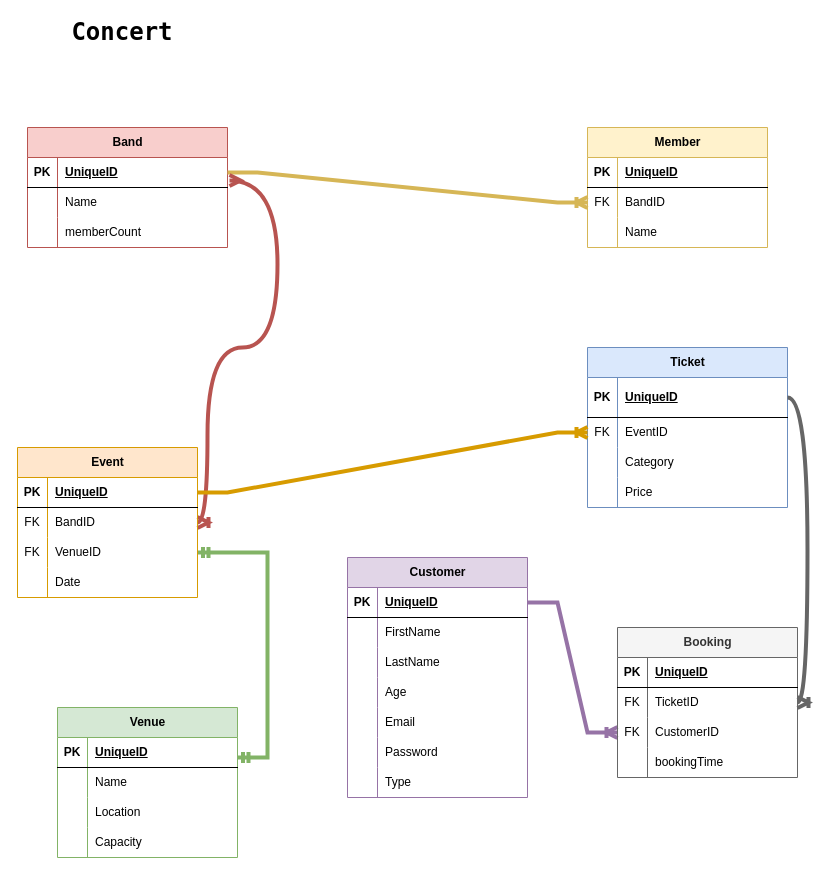
Above: ERD/ConcertERD.drawio in N00240181/CC-Y3-FSD-Assignment (draw.io), before the change. Source tidied: cells renumbered, new cells numbered last; positions are measured from the earlier drawing's top-left corner, leaving out a move shared by most shapes. Both pictures are drawn from the tidied source at 100%, with x=0, y=0 at pixel (17, 17).
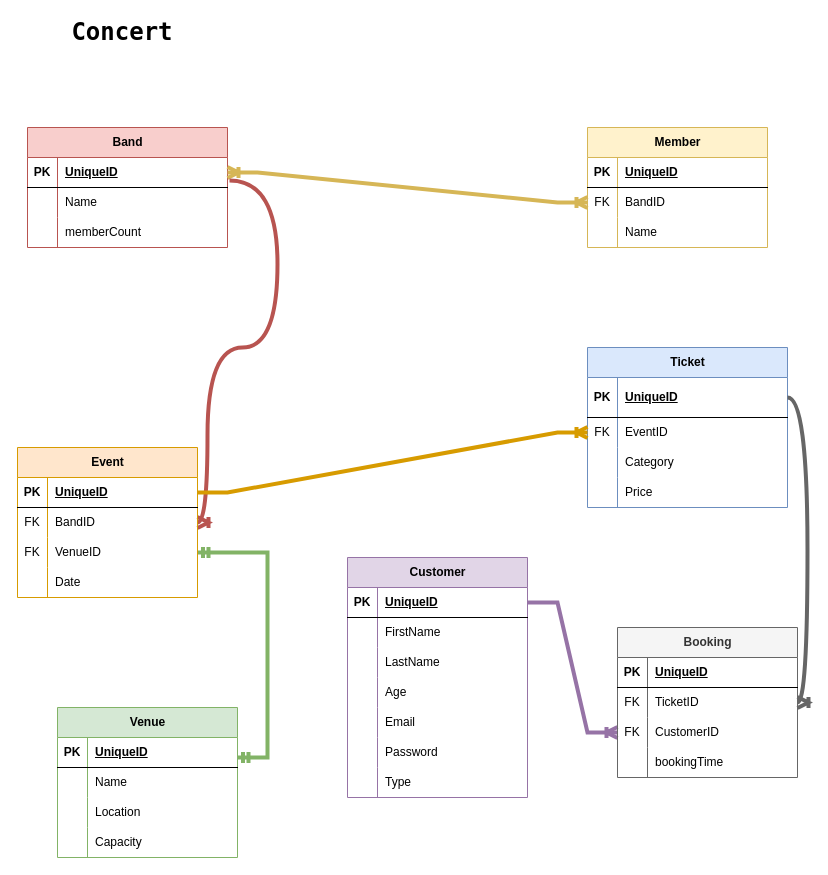
Above is the later version.

Commit message:
Changed many to many relationship in the ERD to bands and members, because a member could be part of multiple bands

The change refers to these unchanged cells:
```xml
<mxCell id="3" style="shape=tableRow;horizontal=0;startSize=0;swimlaneHead=0;swimlaneBody=0;fillColor=none;points=[[0,0.5],[1,0.5]];portConstraint=eastwest;top=0;left=0;right=0;bottom=1;" parent="2" vertex="1">
  <mxGeometry y="30" width="200" height="30" as="geometry" />
</mxCell>
<mxCell id="30" style="shape=tableRow;horizontal=0;startSize=0;swimlaneHead=0;swimlaneBody=0;fillColor=none;points=[[0,0.5],[1,0.5]];portConstraint=eastwest;top=0;left=0;right=0;bottom=0;" parent="26" vertex="1">
  <mxGeometry y="60" width="180" height="30" as="geometry" />
</mxCell>
<mxCell id="79" style="shape=tableRow;horizontal=0;startSize=0;swimlaneHead=0;swimlaneBody=0;fillColor=none;points=[[0,0.5],[1,0.5]];portConstraint=eastwest;top=0;left=0;right=0;bottom=0;" parent="75" vertex="1">
  <mxGeometry y="60" width="180" height="30" as="geometry" />
</mxCell>
```

What changed in the source:
```diff
@@
-    <mxCell id="49" style="edgeStyle=entityRelationEdgeStyle;fontSize=12;html=1;endArrow=ERoneToMany;rounded=0;exitX=1;exitY=0.5;exitDx=0;exitDy=0;entryX=0;entryY=0.5;entryDx=0;entryDy=0;fillColor=#fff2cc;strokeColor=#d6b656;strokeWidth=4;" parent="1" edge="1" source="3" target="30">
+    <mxCell id="49" style="edgeStyle=entityRelationEdgeStyle;fontSize=12;html=1;endArrow=ERoneToMany;rounded=0;exitX=1;exitY=0.5;exitDx=0;exitDy=0;entryX=0;entryY=0.5;entryDx=0;entryDy=0;fillColor=#fff2cc;strokeColor=#d6b656;strokeWidth=4;startArrow=ERoneToMany;startFill=0;" parent="1" edge="1" source="3" target="30">
       <mxGeometry relative="1" as="geometry" />
     </mxCell>
-    <mxCell id="50" style="edgeStyle=orthogonalEdgeStyle;fontSize=12;html=1;endArrow=ERoneToMany;rounded=0;exitX=1.01;exitY=0.767;exitDx=0;exitDy=0;entryX=1;entryY=0.5;entryDx=0;entryDy=0;curved=1;fillColor=#f8cecc;strokeColor=#b85450;strokeWidth=4;exitPerimeter=0;startArrow=ERmany;startFill=0;" parent="1" edge="1" source="3" target="79">
+    <mxCell id="50" style="edgeStyle=orthogonalEdgeStyle;fontSize=12;html=1;endArrow=ERoneToMany;rounded=0;exitX=1.01;exitY=0.767;exitDx=0;exitDy=0;entryX=1;entryY=0.5;entryDx=0;entryDy=0;curved=1;fillColor=#f8cecc;strokeColor=#b85450;strokeWidth=4;exitPerimeter=0;startArrow=none;startFill=0;" parent="1" edge="1" source="3" target="79">
       <mxGeometry relative="1" as="geometry">
         <Array as="points">
           <mxPoint x="260" y="163" />
           <mxPoint x="260" y="330" />
           <mxPoint x="190" y="330" />
           <mxPoint x="190" y="505" />
         </Array>
       </mxGeometry>
     </mxCell>
```
